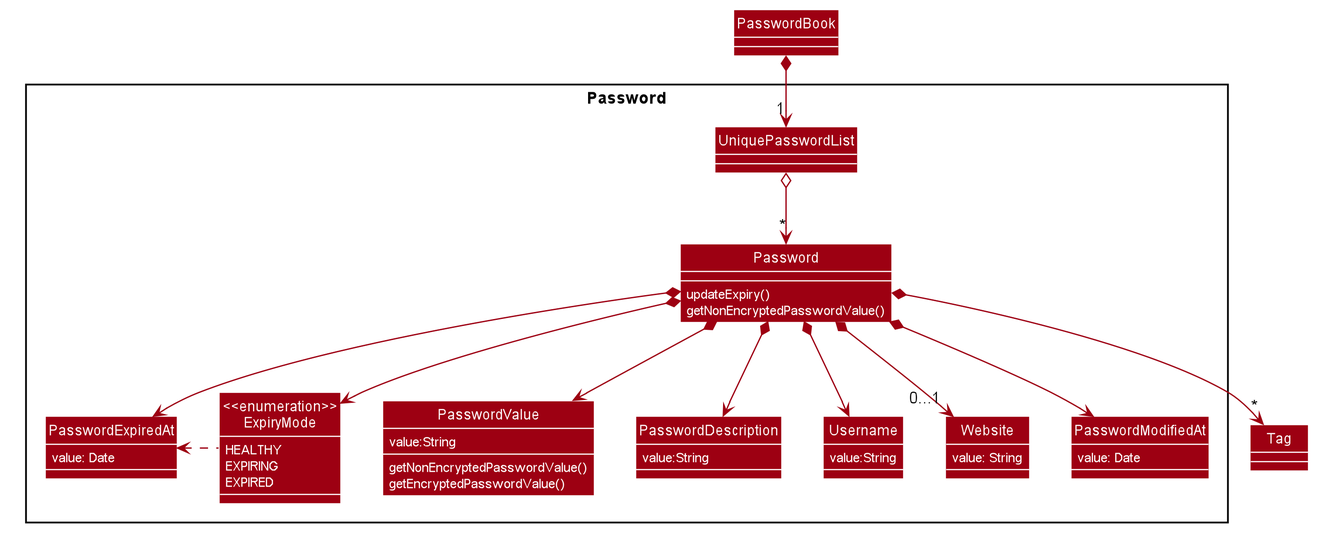
The PlantUML diagram docs/images/PasswordClassDiagram.png in nus-cs2103-AY1920S1/addressbook-level3, before a commit. Source of this version:
```plantuml
@startuml










skinparam BackgroundColor #FFFFFFF

skinparam Shadowing false

skinparam Class {
    FontColor #FFFFFF
    BorderThickness 1
    BorderColor #FFFFFF
    StereotypeFontColor #FFFFFF
    FontName Arial
}

skinparam Actor {
    BorderColor #000000
    Color #000000
    FontName Arial
}

skinparam Sequence {
    MessageAlign center
    BoxFontSize 15
    BoxPadding 0
    BoxFontColor #FFFFFF
    FontName Arial
}

skinparam Participant {
    FontColor #FFFFFFF
    Padding 20
}

skinparam MinClassWidth 50
skinparam ParticipantPadding 10
skinparam Shadowing false
skinparam DefaultTextAlignment center
skinparam packageStyle Rectangle

hide footbox
hide members
hide circle

skinparam arrowThickness 1.1
skinparam arrowColor #9D0012
skinparam classBackgroundColor #9D0012
skinparam classAttributeFontColor white

Package Password {
Class Password
Class PasswordValue
Class PasswordDescription
Class Username
Class UniquePasswordList
Class Website
Class PasswordModifiedAt
Class PasswordExpiredAt
Enum "<<enumeration>>\nExpiryMode" as ExpiryMode
}
show members
Enum ExpiryMode {
HEALTHY
EXPIRING
EXPIRED
}

Class PasswordValue {
value:String
getNonEncryptedPasswordValue()
getEncryptedPasswordValue()
}

Class PasswordDescription {
value:String
}

Class Username {
value:String
}

Class PasswordExpiredAt {
value: Date
}

Class Website {
value: String
}

Class PasswordModifiedAt {
value: Date
}

Class Password {
updateExpiry()
getNonEncryptedPasswordValue()
}

PasswordBook *--> "1" UniquePasswordList

UniquePasswordList o--> "*" Password
Password *--> "*" Tag

Password *--> PasswordValue
Password *--> PasswordDescription
Password *--> Username
Password *--> "0...1" Website
Password *--> PasswordModifiedAt
Password *--> PasswordExpiredAt
Password *--> ExpiryMode
ExpiryMode .-left-> PasswordExpiredAt
@enduml
```
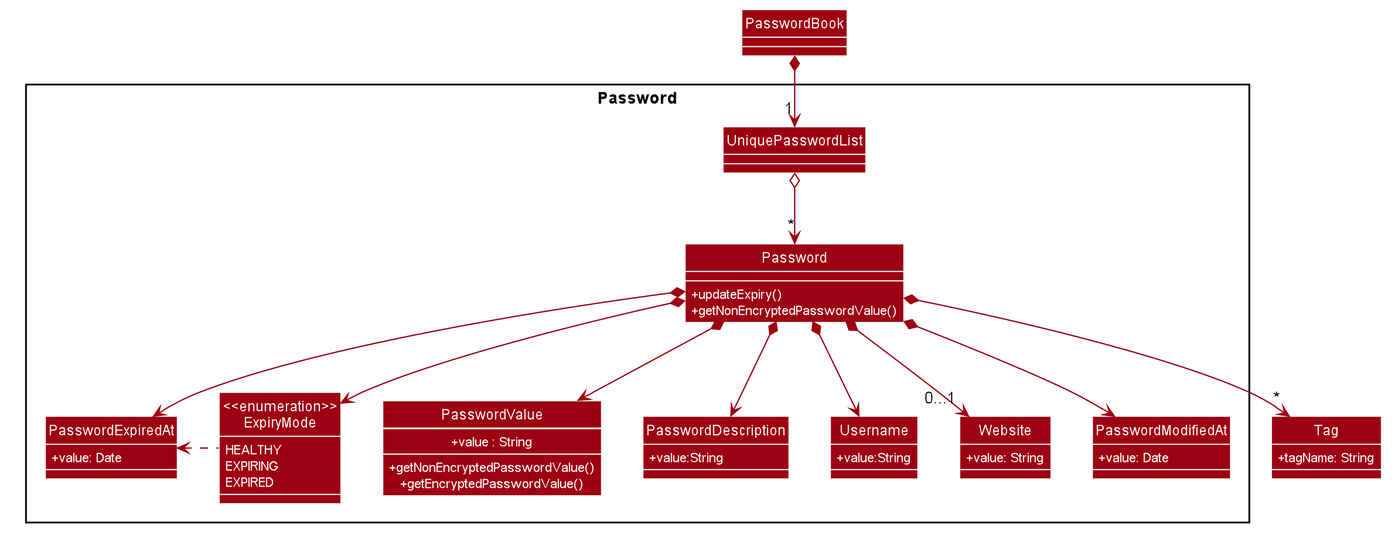
The same file after the commit.

What changed in the source:
```diff
@@ -55,6 +55,7 @@
 skinparam classBackgroundColor #9D0012
 skinparam classAttributeFontColor white
 
+
 Package Password {
 Class Password
 Class PasswordValue
@@ -73,35 +74,40 @@
 EXPIRED
 }
 
+Class Tag {
++ tagName: String
+}
+
 Class PasswordValue {
-value:String
-getNonEncryptedPasswordValue()
-getEncryptedPasswordValue()
++ value : String
+---
++ getNonEncryptedPasswordValue()
++ getEncryptedPasswordValue()
 }
 
 Class PasswordDescription {
-value:String
++ value:String
 }
 
 Class Username {
-value:String
++ value:String
 }
 
 Class PasswordExpiredAt {
-value: Date
++ value: Date
 }
 
 Class Website {
-value: String
++ value: String
 }
 
 Class PasswordModifiedAt {
-value: Date
++ value: Date
 }
 
 Class Password {
-updateExpiry()
-getNonEncryptedPasswordValue()
++ updateExpiry()
++ getNonEncryptedPasswordValue()
 }
 
 PasswordBook *--> "1" UniquePasswordList
@@ -117,4 +123,8 @@
 Password *--> PasswordExpiredAt
 Password *--> ExpiryMode
 ExpiryMode .-left-> PasswordExpiredAt
+
+
+skinparam classAttributeIconSize 0
+
 @enduml
```
